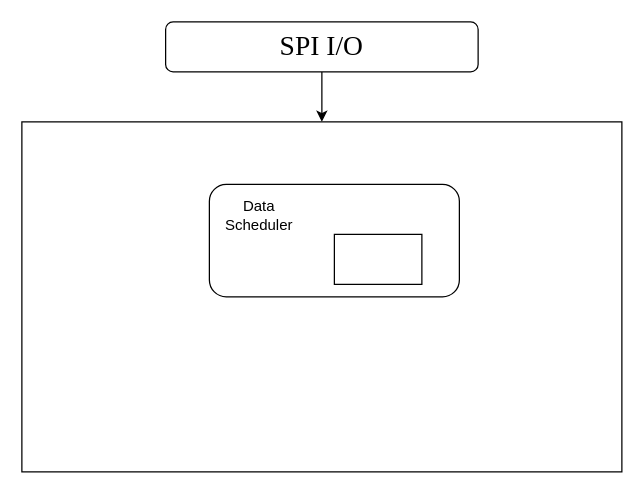
YouAreThere/SpikingNeuralNetwork keeps this draw.io diagram as srnn.drawio. Above is the earlier version. Source tidied: cells renumbered, new cells numbered last; positions are measured from the earlier drawing's top-left corner, leaving out a move shared by most shapes. Both pictures are drawn from the tidied source at 125%, with x=0, y=0 at pixel (21, 21).
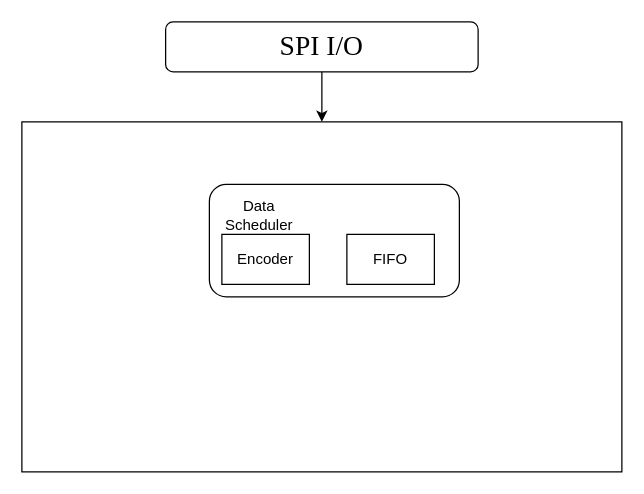
The same page after the edit.

Change to the diagram source:
```diff
@@
 <mxGraphModel>
   <root>
     <mxCell id="0" />
     <mxCell id="1" parent="0" />
     <mxCell id="2" style="edgeStyle=orthogonalEdgeStyle;rounded=0;jettySize=auto;html=1;exitX=0.5;exitY=1;exitDx=0;exitDy=0;entryX=0.5;entryY=0;entryDx=0;entryDy=0;" parent="1" edge="1" source="3" target="4">
       <mxGeometry relative="1" as="geometry" />
     </mxCell>
     <mxCell id="3" value="&lt;font face=&quot;Times New Roman&quot; style=&quot;font-size: 22px;&quot;&gt;SPI I/O&lt;/font&gt;" style="rounded=1;whiteSpace=wrap;html=1;" parent="1" vertex="1">
       <mxGeometry x="115" width="250" height="40" as="geometry" />
     </mxCell>
     <mxCell id="4" style="rounded=0;whiteSpace=wrap;html=1;" parent="1" vertex="1">
       <mxGeometry y="80" width="480" height="280" as="geometry" />
     </mxCell>
     <mxCell id="5" style="rounded=1;whiteSpace=wrap;html=1;" parent="1" vertex="1">
       <mxGeometry x="150" y="130" width="200" height="90" as="geometry" />
     </mxCell>
     <mxCell id="6" value="Data Scheduler" style="text;html=1;align=center;verticalAlign=middle;whiteSpace=wrap;rounded=0;" parent="1" vertex="1">
       <mxGeometry x="160" y="140" width="60" height="30" as="geometry" />
     </mxCell>
-    <mxCell id="7" style="rounded=0;whiteSpace=wrap;html=1;" parent="1" vertex="1">
-      <mxGeometry x="250" y="170" width="70" height="40" as="geometry" />
+    <mxCell id="7" value="FIFO" style="rounded=0;whiteSpace=wrap;html=1;" parent="1" vertex="1">
+      <mxGeometry x="260" y="170" width="70" height="40" as="geometry" />
     </mxCell>
+    <mxCell id="8" value="Encoder" style="rounded=0;whiteSpace=wrap;html=1;" parent="1" vertex="1">
+      <mxGeometry x="160" y="170" width="70" height="40" as="geometry" />
+    </mxCell>
   </root>
 </mxGraphModel>
```
